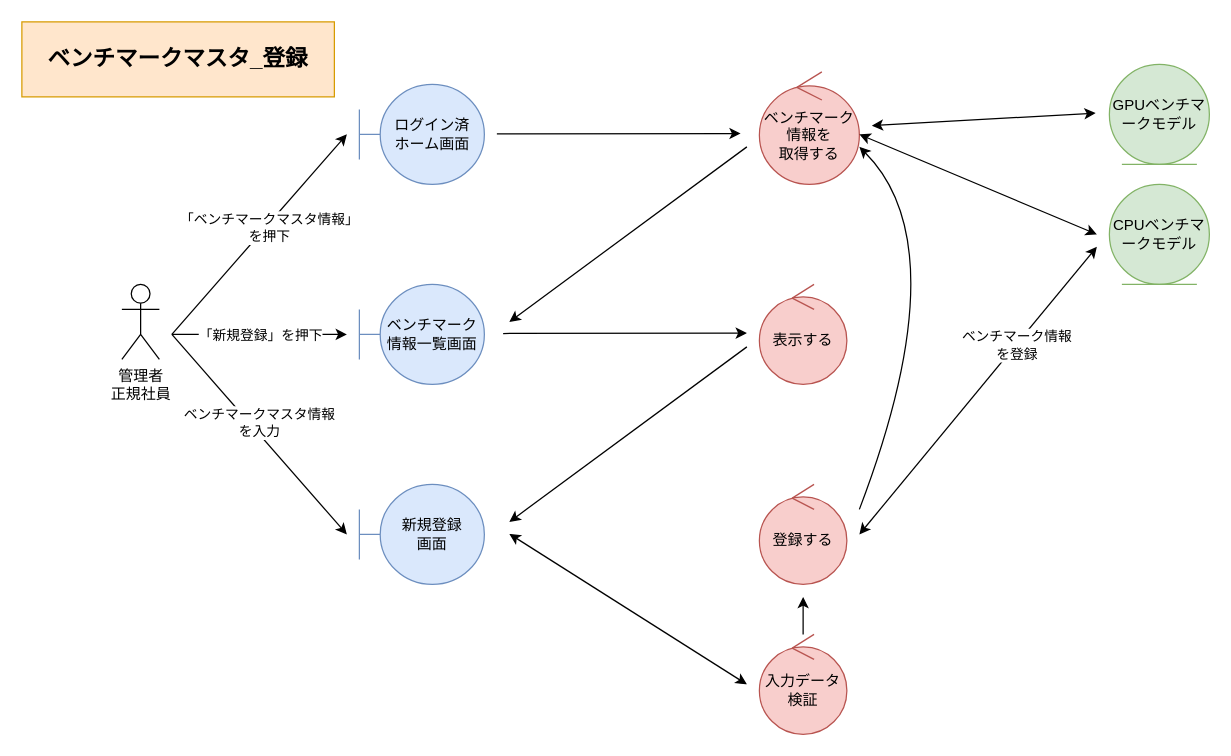
Before: page "*ベンチマークマスタ管理_登録" (1 of 4) of 各種設計書/3ロバストネス図/マスタ管理/F05ベンチマークマスタ.drawio in HaruShim/Sotuken, a draw.io diagram. Source tidied: cells renumbered, new cells numbered last; positions are measured from the earlier drawing's top-left corner, leaving out a move shared by most shapes. Both pictures are drawn from the tidied source at 125%, with x=0, y=0 at pixel (21, 21).
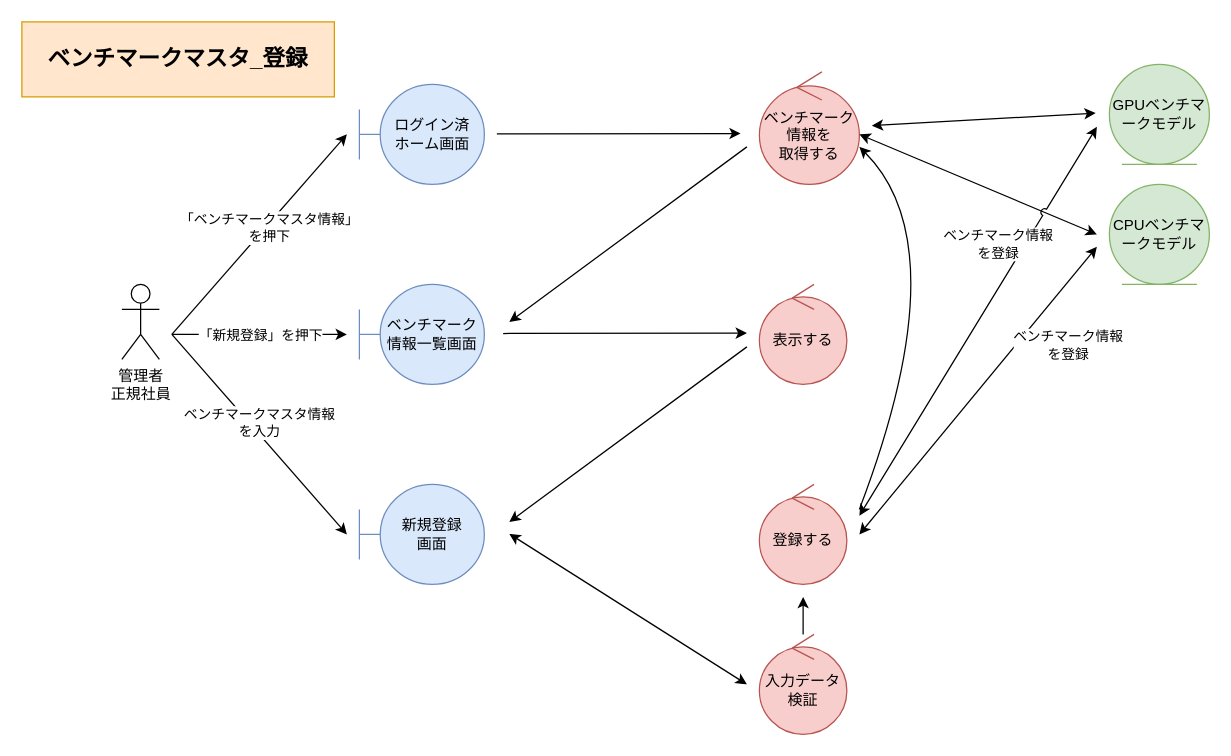
Above is the later version.

The change refers to these unchanged cells:
```xml
<mxCell id="21" style="endArrow=classic;html=1;rounded=0;startArrow=classic;startFill=1;" parent="1" edge="1">
  <mxGeometry relative="1" as="geometry">
    <mxPoint x="670" y="410" as="sourcePoint" />
    <mxPoint x="860" y="180" as="targetPoint" />
  </mxGeometry>
</mxCell>
```

Diff of the diagram source:
```diff
@@
     <mxCell id="22" value="ベンチマーク情報&lt;br&gt;を登録" style="edgeLabel;html=1;align=center;verticalAlign=middle;" parent="21" vertex="1">
       <mxGeometry x="0.32" y="-1" relative="1" as="geometry">
-        <mxPoint x="-1" as="offset" />
+        <mxPoint x="40" as="offset" />
       </mxGeometry>
     </mxCell>
@@
+    <mxCell id="30" style="endArrow=classic;html=1;rounded=0;startArrow=classic;startFill=1;jumpStyle=arc;" parent="1" edge="1">
+      <mxGeometry relative="1" as="geometry">
+        <mxPoint x="670" y="395" as="sourcePoint" />
+        <mxPoint x="860" y="84" as="targetPoint" />
+      </mxGeometry>
+    </mxCell>
+    <mxCell id="31" value="ベンチマーク情報&lt;br&gt;を登録" style="edgeLabel;html=1;align=center;verticalAlign=middle;" parent="30" vertex="1">
+      <mxGeometry x="0.32" y="-1" relative="1" as="geometry">
+        <mxPoint x="-16" y="-12" as="offset" />
+      </mxGeometry>
+    </mxCell>
```
